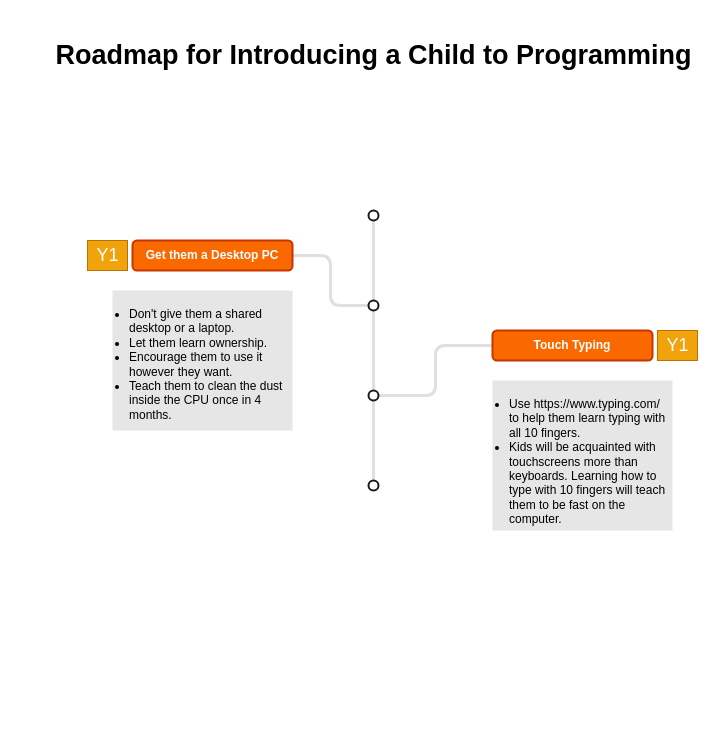
Before: assets/documents/pages/tech-learning.drawio in stonecharioteer/blog, a draw.io diagram. Source tidied: cells renumbered, new cells numbered last; positions are measured from the earlier drawing's top-left corner, leaving out a move shared by most shapes. Both pictures are drawn from the tidied source at 100%, with x=0, y=0 at pixel (48, 20).
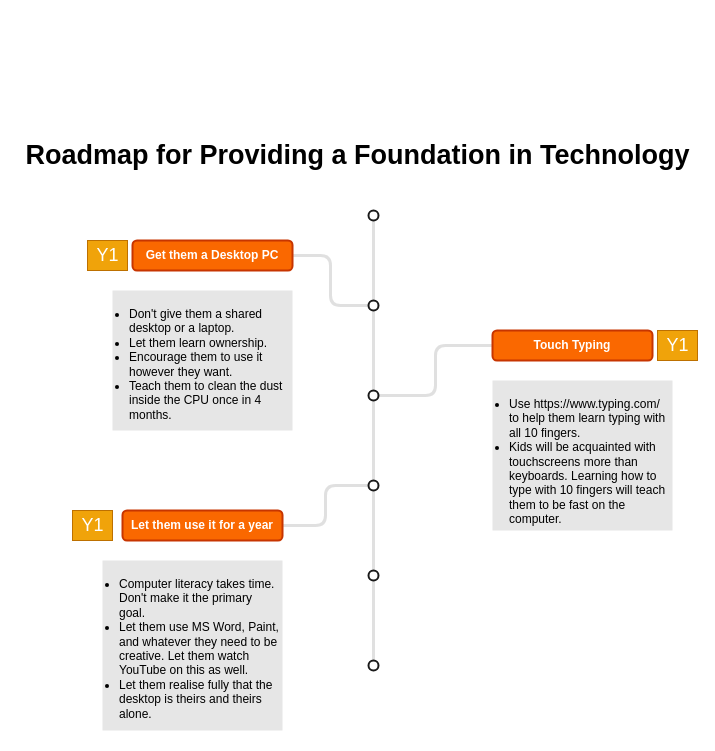
After the change.

The change refers to these unchanged cells:
```xml
<mxCell id="17" style="ellipse;whiteSpace=wrap;html=1;fontColor=#ffffff;fillColor=none;strokeWidth=2;strokeColor=#1A1A1A;" parent="1" vertex="1">
  <mxGeometry x="320" y="460" width="10" height="10" as="geometry" />
</mxCell>
```

Change to the diagram source:
```diff
@@
-    <mxCell id="6" value="&lt;h2&gt;Roadmap for Introducing a Child to Programming&lt;/h2&gt;" style="text;html=1;align=center;verticalAlign=middle;fontFamily=Helvetica;fontSize=18;" parent="1" vertex="1">
-      <mxGeometry width="650" height="70" as="geometry" />
+    <mxCell id="6" value="&lt;h2&gt;Roadmap for Providing a Foundation in Technology&lt;/h2&gt;" style="text;html=1;align=center;verticalAlign=middle;fontFamily=Helvetica;fontSize=18;" parent="1" vertex="1">
+      <mxGeometry x="-31" y="100" width="680" height="70" as="geometry" />
     </mxCell>
@@
+    <mxCell id="18" style="edgeStyle=orthogonalEdgeStyle;rounded=0;jettySize=auto;html=1;strokeWidth=3;strokeColor=#999999;opacity=30;endArrow=none;endFill=0;" parent="1" edge="1" source="17" target="21">
+      <mxGeometry relative="1" as="geometry" />
+    </mxCell>
+    <mxCell id="19" style="edgeStyle=elbowEdgeStyle;rounded=1;jettySize=auto;html=1;strokeWidth=3;opacity=30;strokeColor=#999999;endArrow=none;endFill=0;entryX=1;entryY=0.5;entryDx=0;entryDy=0;" parent="1" edge="1" source="17" target="22">
+      <mxGeometry relative="1" as="geometry" />
+    </mxCell>
@@
+    <mxCell id="20" style="edgeStyle=elbowEdgeStyle;rounded=1;jettySize=auto;html=1;endArrow=none;endFill=0;strokeColor=#999999;strokeWidth=3;opacity=30;" parent="1" edge="1" source="21" target="25">
+      <mxGeometry relative="1" as="geometry" />
+    </mxCell>
+    <mxCell id="21" style="ellipse;whiteSpace=wrap;html=1;fontColor=#ffffff;fillColor=none;strokeWidth=2;strokeColor=#1A1A1A;" parent="1" vertex="1">
+      <mxGeometry x="320" y="550" width="10" height="10" as="geometry" />
+    </mxCell>
+    <mxCell id="22" value="Let them use it for a year" style="rounded=1;whiteSpace=wrap;html=1;strokeColor=#C73500;strokeWidth=2;fillColor=#fa6800;fontColor=#ffffff;fontStyle=1;" parent="1" vertex="1">
+      <mxGeometry x="74" y="490" width="160" height="30" as="geometry" />
+    </mxCell>
+    <mxCell id="23" value="Y1" style="text;html=1;align=center;verticalAlign=middle;fontSize=18;fontFamily=Helvetica;fillColor=#f0a30a;strokeColor=#BD7000;fontColor=#ffffff;" parent="1" vertex="1">
+      <mxGeometry x="24" y="490" width="40" height="30" as="geometry" />
+    </mxCell>
+    <mxCell id="24" value="&lt;ul&gt;&lt;li&gt;Computer literacy takes time. Don't make it the primary goal.&lt;/li&gt;&lt;li&gt;Let them use MS Word, Paint, and whatever they need to be creative. Let them watch YouTube on this as well.&lt;/li&gt;&lt;li&gt;Let them realise fully that the desktop is theirs and theirs alone.&lt;/li&gt;&lt;/ul&gt;" style="rounded=0;whiteSpace=wrap;html=1;strokeWidth=1;align=left;strokeColor=none;fillColor=#E6E6E6;verticalAlign=top;spacing=0;spacingLeft=-23;spacingRight=4;" parent="1" vertex="1">
+      <mxGeometry x="54" y="540" width="180" height="170" as="geometry" />
+    </mxCell>
+    <mxCell id="25" style="ellipse;whiteSpace=wrap;html=1;fontColor=#ffffff;fillColor=none;strokeWidth=2;strokeColor=#1A1A1A;" parent="1" vertex="1">
+      <mxGeometry x="320" y="640" width="10" height="10" as="geometry" />
+    </mxCell>
```
